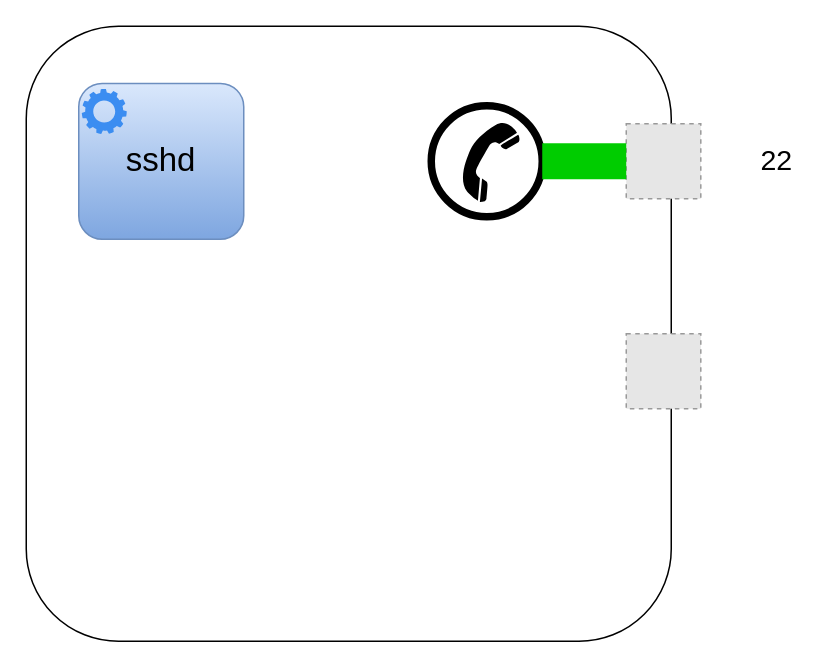
psaghelyi/web_test keeps this draw.io diagram as page "Socket1" (2 of 8) of presentations/assets/Unicorn-RoR.drawio. Above is the earlier version. Source tidied: cells renumbered, new cells numbered last; positions are measured from the earlier drawing's top-left corner, leaving out a move shared by most shapes. Both pictures are drawn from the tidied source at 150%, with x=0, y=0 at pixel (26, 26). Pictures stored in the file or linked from it are replaced by grey dashed boxes.
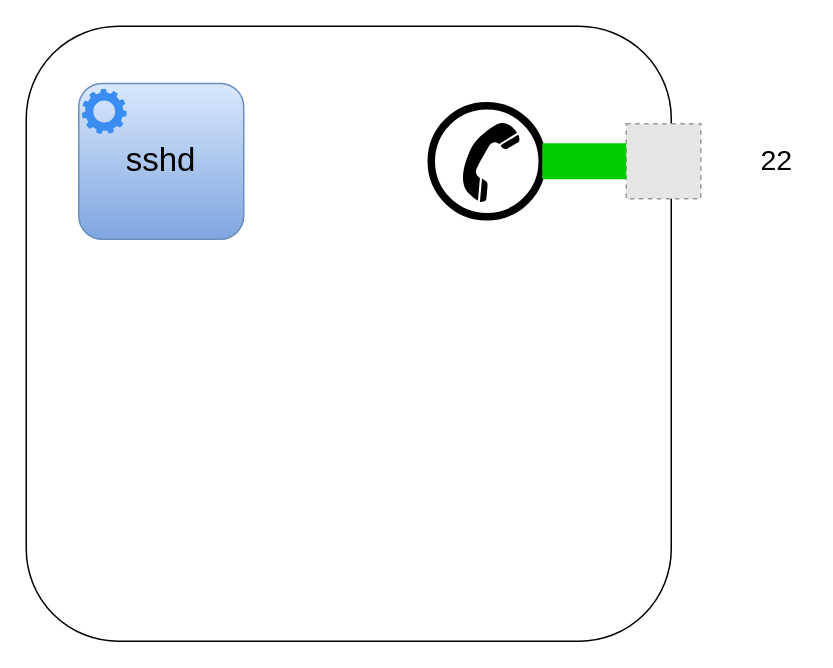
The same diagram, later.

What changed in the source:
```diff
@@
 <mxGraphModel>
   <root>
     <mxCell id="0" />
     <mxCell id="1" parent="0" />
     <mxCell id="2" style="rounded=1;whiteSpace=wrap;html=1;fillColor=none;" parent="1" vertex="1">
       <mxGeometry width="430" height="410" as="geometry" />
     </mxCell>
     <mxCell id="3" style="fillColor=#E6E6E6;strokeColor=#999999;dashed=1;verticalLabelPosition=bottom;labelBackgroundColor=none;verticalAlign=top;" parent="1" vertex="1">
       <mxGeometry x="400" y="65" width="49.7" height="50" as="geometry" />
     </mxCell>
-    <mxCell id="4" style="fillColor=#E6E6E6;strokeColor=#999999;dashed=1;verticalLabelPosition=bottom;labelBackgroundColor=default;verticalAlign=top;" parent="1" vertex="1">
-      <mxGeometry x="400" y="205" width="49.7" height="50" as="geometry" />
-    </mxCell>
     <mxCell id="5" style="group;" parent="1" vertex="1">
       <mxGeometry x="270" y="53" width="93" height="74" as="geometry" />
     </mxCell>
     <mxCell id="6" style="ellipse;whiteSpace=wrap;html=1;strokeColor=default;fillColor=none;strokeWidth=5;" parent="5" vertex="1">
       <mxGeometry width="74" height="74" as="geometry" />
     </mxCell>
     <mxCell id="7" style="shape=mxgraph.signs.tech.telephone_3;html=1;fillColor=#000000;strokeColor=none;verticalLabelPosition=bottom;verticalAlign=top;align=center;rotation=60;" parent="5" vertex="1">
       <mxGeometry x="19.7" y="12.8" width="40.8" height="50" as="geometry" />
     </mxCell>
     <mxCell id="8" style="endArrow=none;html=1;rounded=0;fontSize=22;fillColor=#d5e8d4;strokeColor=#00CC00;strokeWidth=24;gradientColor=#97d077;shadow=0;sketch=0;" parent="1" edge="1" source="6" target="3">
       <mxGeometry relative="1" as="geometry" />
     </mxCell>
     <mxCell id="9" value="sshd" style="rounded=1;whiteSpace=wrap;html=1;fontSize=22;strokeColor=#6c8ebf;strokeWidth=1;fillColor=#dae8fc;gradientColor=#7ea6e0;" parent="1" vertex="1">
       <mxGeometry x="35" y="38.1" width="110" height="103.9" as="geometry" />
     </mxCell>
     <mxCell id="10" style="sketch=0;html=1;strokeColor=none;shadow=0;align=center;verticalAlign=top;fillColor=#3B8DF1;shape=mxgraph.gcp2.gear;" parent="1" vertex="1">
       <mxGeometry x="37" y="41.8" width="30" height="30" as="geometry" />
     </mxCell>
     <mxCell id="11" value="22" style="text;html=1;align=center;verticalAlign=middle;strokeColor=none;fillColor=none;fontSize=19;" parent="1" vertex="1">
       <mxGeometry x="480" y="75" width="40" height="30" as="geometry" />
     </mxCell>
   </root>
 </mxGraphModel>
```
